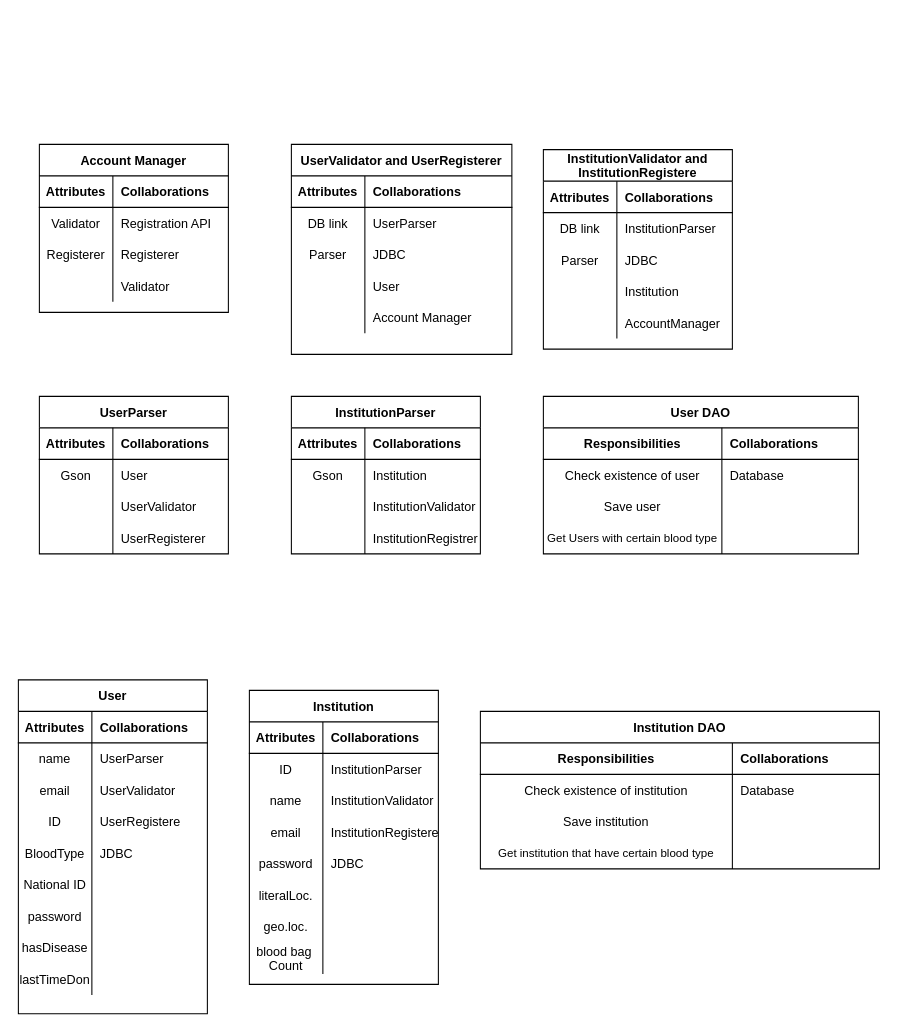
Above: page "CRC" (2 of 3) of AccountManager.drawio in muhmagdy/Bloodify (draw.io), before the change. Source tidied: cells renumbered, new cells numbered last; positions are measured from the earlier drawing's top-left corner, leaving out a move shared by most shapes. Both pictures are drawn from the tidied source at 105%, with x=0, y=0 at pixel (18, 144).
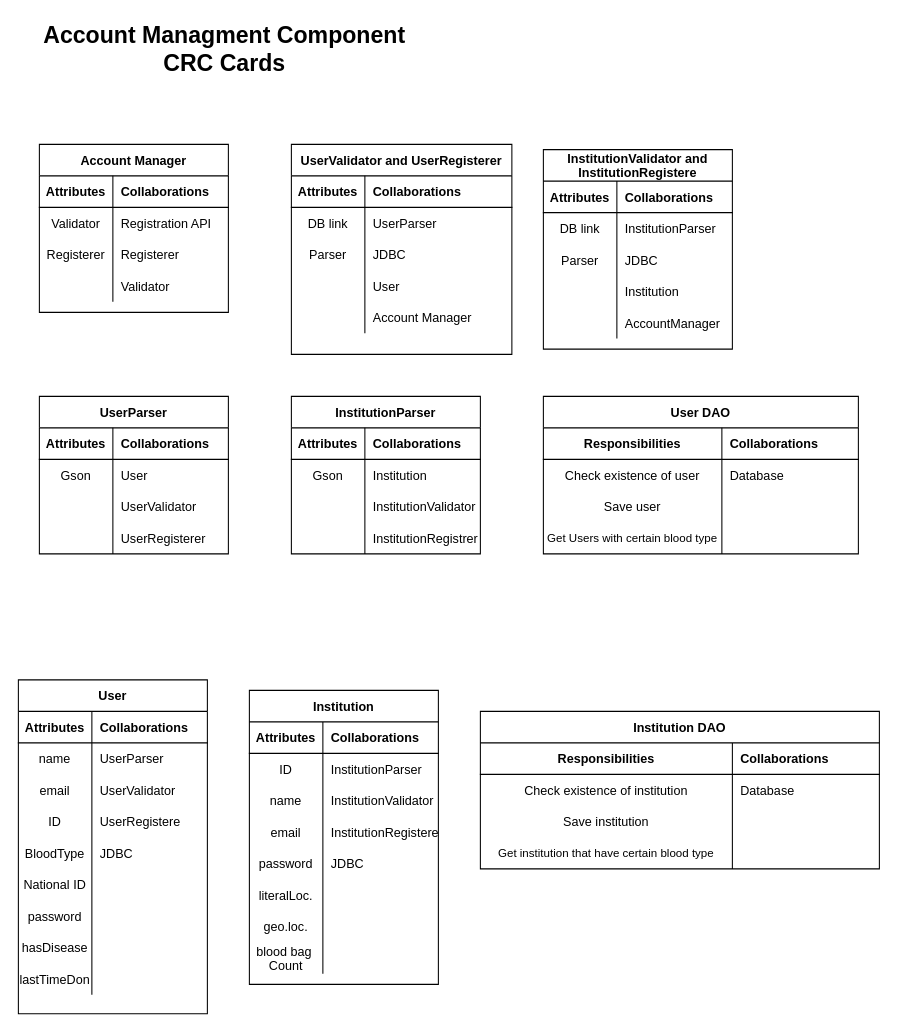
The same page after the edit.

What changed in the source:
```diff
@@
+    <mxCell id="154" value="Account Managment Component&lt;br style=&quot;font-size: 22px;&quot;&gt;CRC Cards" style="text;html=1;strokeColor=none;fillColor=none;align=center;verticalAlign=middle;whiteSpace=wrap;rounded=0;fontSize=22;fontStyle=1;" parent="1" vertex="1">
+      <mxGeometry x="15" y="-120" width="363" height="60" as="geometry" />
+    </mxCell>
```
